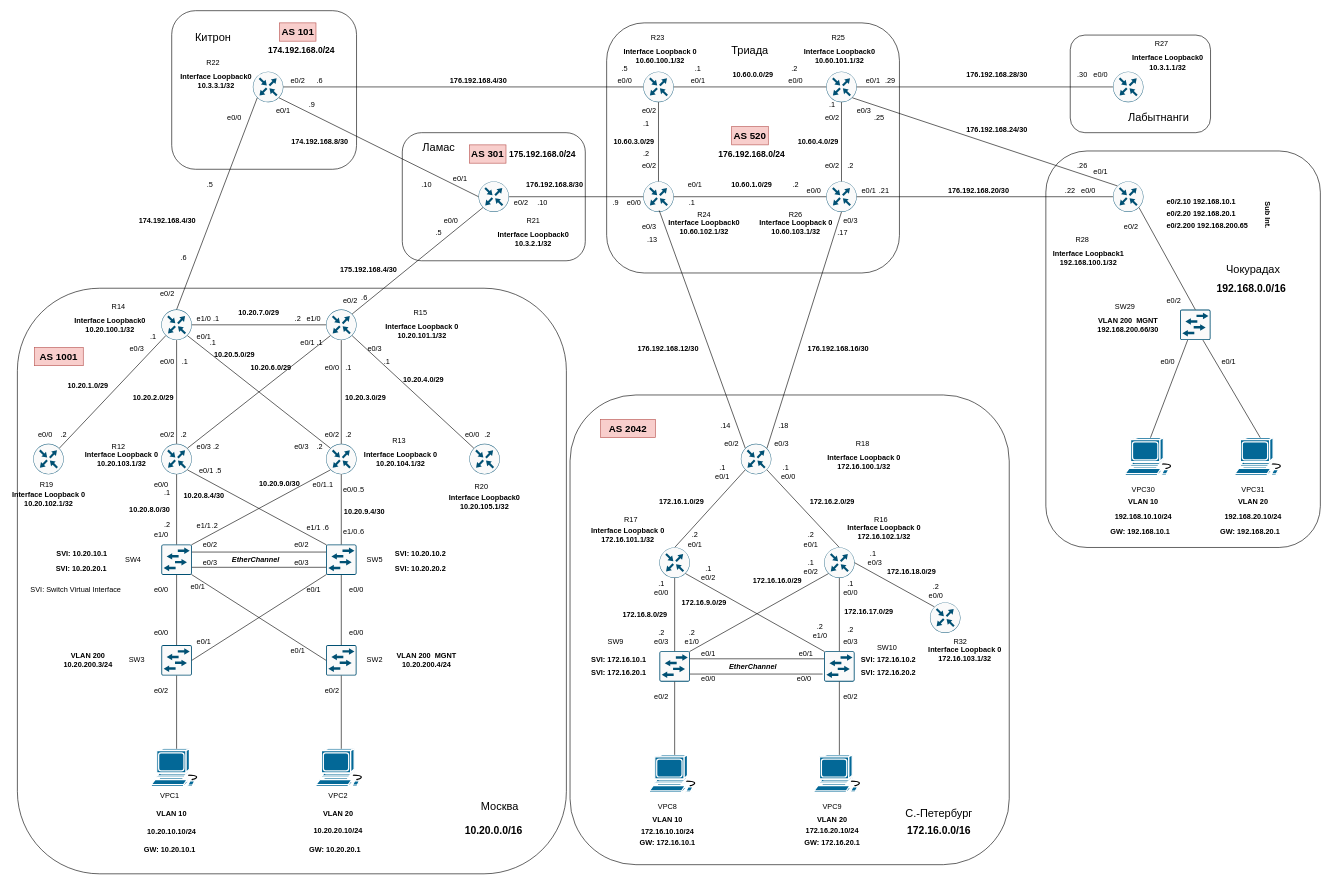
Before: page "Basic IP plan" (1 of 5) of Lab04.drawio in fueller-max/drawio, a draw.io diagram. Source tidied: cells renumbered, new cells numbered last; positions are measured from the earlier drawing's top-left corner, leaving out a move shared by most shapes. Both pictures are drawn from the tidied source at 61%, with x=0, y=0 at pixel (10, 10).
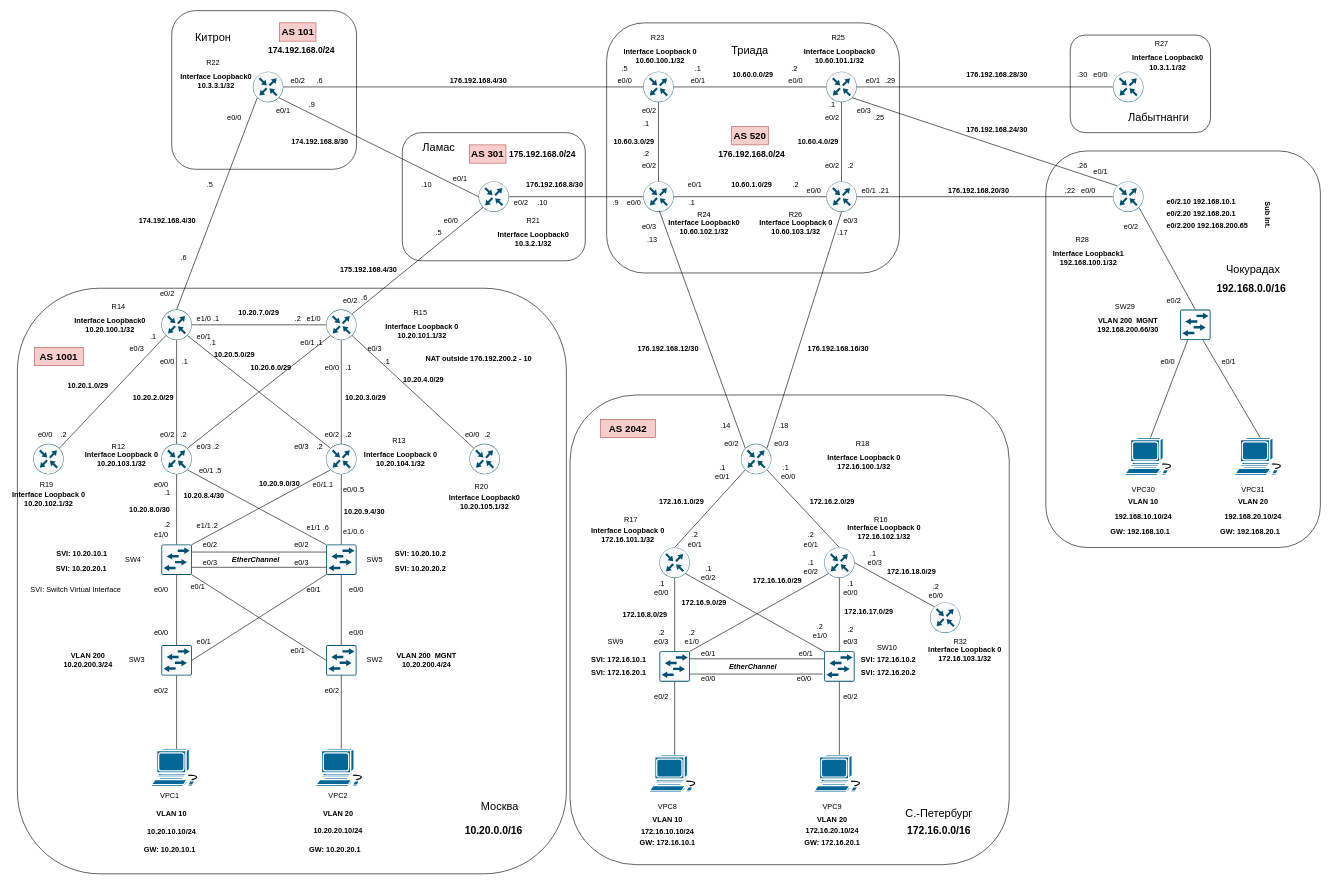
The same page after the edit.

Change to the diagram source:
```diff
@@
+    <mxCell id="375" value="&lt;b&gt;NAT outside 176.192.200.2 - 10&lt;/b&gt;" style="text;html=1;align=center;verticalAlign=middle;whiteSpace=wrap;rounded=0;" parent="1" vertex="1">
+      <mxGeometry x="661.5" y="556" width="213" height="30" as="geometry" />
+    </mxCell>
```
